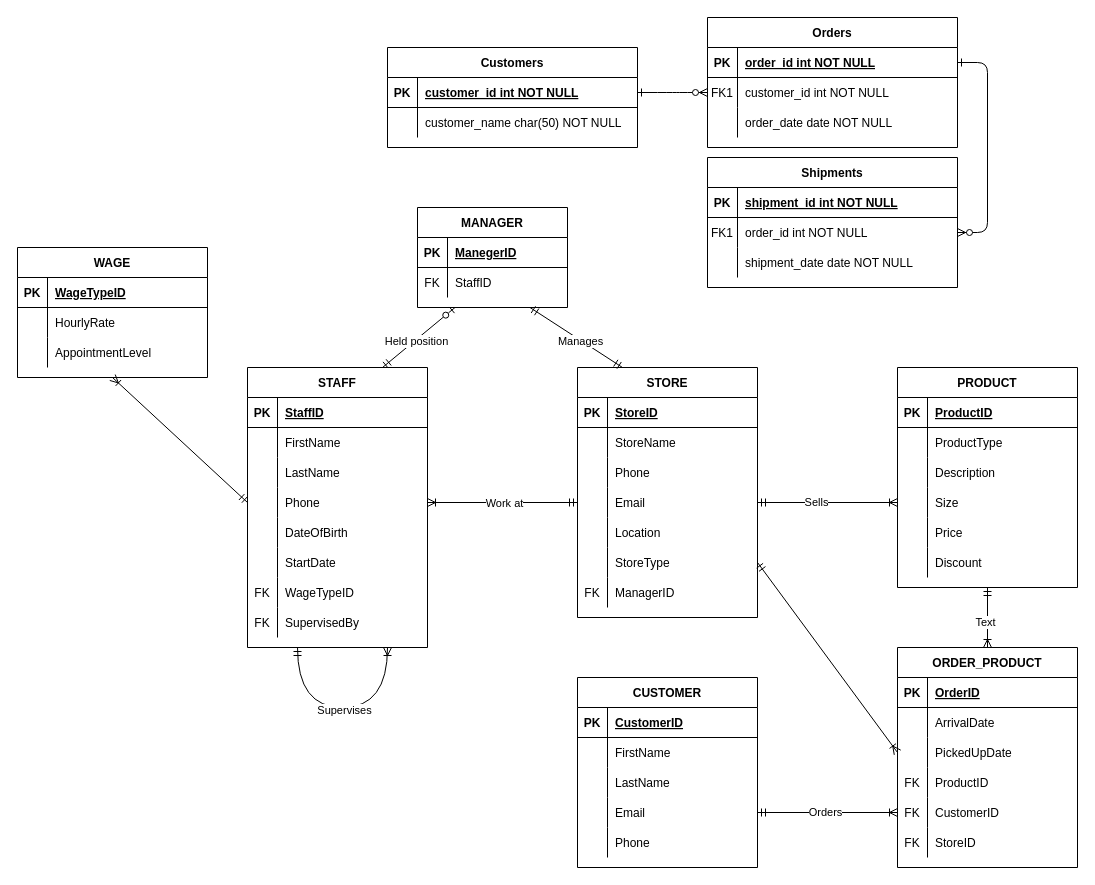
This is FashionERD.drawio from keibee-yod-bst/2814ICT, a draw.io file, before an edit. Source tidied: cells renumbered, new cells numbered last; positions are measured from the earlier drawing's top-left corner, leaving out a move shared by most shapes. Both pictures are drawn from the tidied source at 100%, with x=0, y=0 at pixel (17, 17).
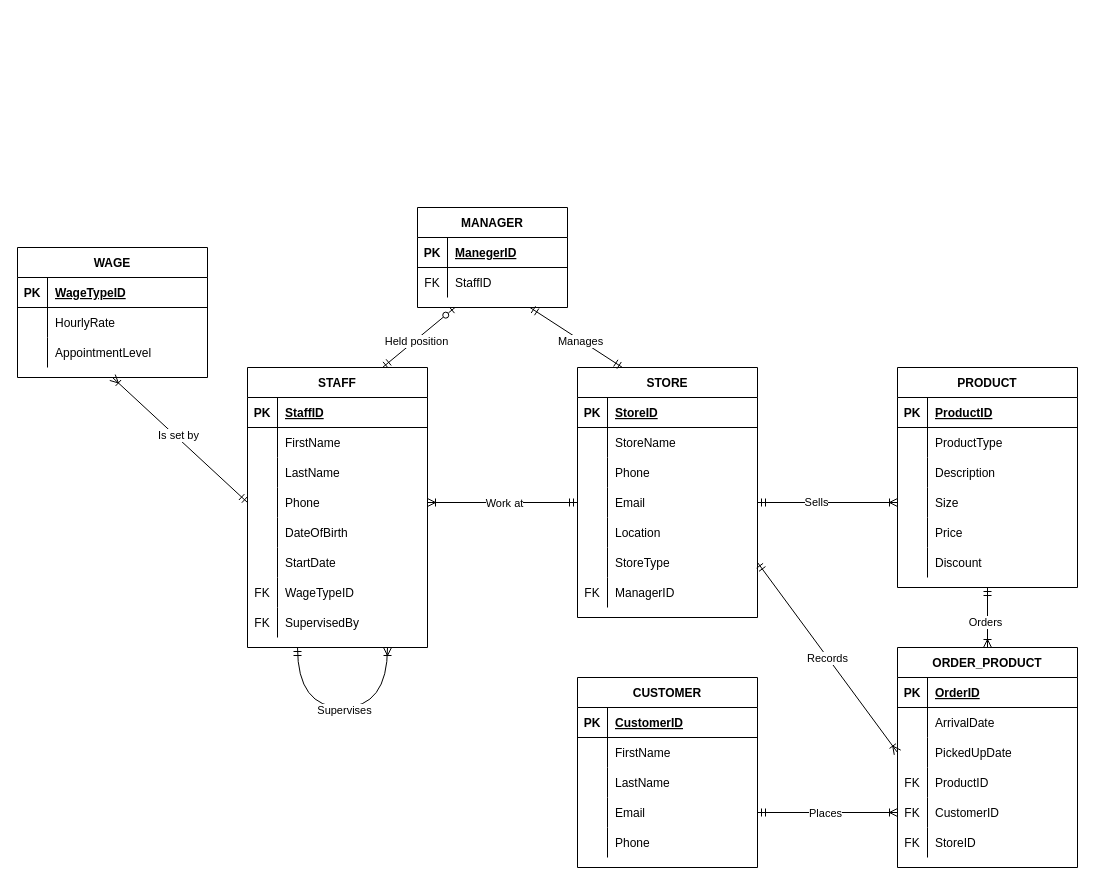
The same diagram, later.

The change refers to these unchanged cells:
```xml
<mxCell id="103" style="endArrow=ERmandOne;html=1;rounded=0;entryX=0;entryY=0.5;entryDx=0;entryDy=0;exitX=0.5;exitY=1;exitDx=0;exitDy=0;startArrow=ERoneToMany;startFill=0;endFill=0;" parent="1" edge="1" source="93" target="63">
  <mxGeometry relative="1" as="geometry" />
</mxCell>
<mxCell id="144" style="endArrow=ERoneToMany;html=1;rounded=0;exitX=1;exitY=0.5;exitDx=0;exitDy=0;entryX=0;entryY=0.5;entryDx=0;entryDy=0;startArrow=ERmandOne;startFill=0;endFill=0;" parent="1" edge="1" source="47" target="132">
  <mxGeometry relative="1" as="geometry" />
</mxCell>
<mxCell id="161" style="endArrow=ERoneToMany;html=1;rounded=0;entryX=0;entryY=0.5;entryDx=0;entryDy=0;exitX=1;exitY=0.5;exitDx=0;exitDy=0;startArrow=ERmandOne;startFill=0;endFill=0;" parent="1" edge="1" source="155" target="138">
  <mxGeometry relative="1" as="geometry" />
</mxCell>
<mxCell id="163" style="endArrow=ERoneToMany;html=1;rounded=0;entryX=0.5;entryY=0;entryDx=0;entryDy=0;exitX=0.5;exitY=1;exitDx=0;exitDy=0;startArrow=ERmandOne;startFill=0;endFill=0;" parent="1" edge="1" source="104" target="125">
  <mxGeometry relative="1" as="geometry" />
</mxCell>
```

Change to the diagram source:
```diff
@@
-    <mxCell id="2" style="edgeStyle=entityRelationEdgeStyle;endArrow=ERzeroToMany;startArrow=ERone;endFill=1;startFill=0;" parent="1" edge="1" source="25" target="8">
-      <mxGeometry relative="1" as="geometry" />
-    </mxCell>
-    <mxCell id="3" style="edgeStyle=entityRelationEdgeStyle;endArrow=ERzeroToMany;startArrow=ERone;endFill=1;startFill=0;" parent="1" edge="1" source="5" target="18">
-      <mxGeometry relative="1" as="geometry" />
-    </mxCell>
-    <mxCell id="4" value="Orders" style="shape=table;startSize=30;childLayout=tableLayout;rowLines=0;fontStyle=1;align=center;" parent="1" vertex="1">
-      <mxGeometry x="690" width="250" height="130" as="geometry" />
-    </mxCell>
-    <mxCell id="5" style="shape=partialRectangle;fillColor=none;points=[[0,0.5],[1,0.5]];portConstraint=eastwest;top=0;left=0;right=0;bottom=1;" parent="4" vertex="1">
-      <mxGeometry y="30" width="250" height="30" as="geometry" />
-    </mxCell>
-    <mxCell id="6" value="PK" style="shape=partialRectangle;overflow=hidden;fillColor=none;top=0;left=0;bottom=0;right=0;fontStyle=1;" parent="5" vertex="1">
-      <mxGeometry width="30" height="30" as="geometry" />
-    </mxCell>
-    <mxCell id="7" value="order_id int NOT NULL " style="shape=partialRectangle;overflow=hidden;fillColor=none;top=0;left=0;bottom=0;right=0;align=left;spacingLeft=6;fontStyle=5;" parent="5" vertex="1">
-      <mxGeometry x="30" width="220" height="30" as="geometry" />
-    </mxCell>
-    <mxCell id="8" style="shape=partialRectangle;fillColor=none;points=[[0,0.5],[1,0.5]];portConstraint=eastwest;top=0;left=0;right=0;bottom=0;" parent="4" vertex="1">
-      <mxGeometry y="60" width="250" height="30" as="geometry" />
-    </mxCell>
-    <mxCell id="9" value="FK1" style="shape=partialRectangle;overflow=hidden;fillColor=none;top=0;left=0;bottom=0;right=0;" parent="8" vertex="1">
-      <mxGeometry width="30" height="30" as="geometry" />
-    </mxCell>
-    <mxCell id="10" value="customer_id int NOT NULL" style="shape=partialRectangle;overflow=hidden;fillColor=none;top=0;left=0;bottom=0;right=0;align=left;spacingLeft=6;" parent="8" vertex="1">
-      <mxGeometry x="30" width="220" height="30" as="geometry" />
-    </mxCell>
-    <mxCell id="11" style="shape=partialRectangle;fillColor=none;top=0;left=0;right=0;bottom=0;" parent="4" vertex="1">
-      <mxGeometry y="90" width="250" height="30" as="geometry" />
-    </mxCell>
-    <mxCell id="12" style="shape=partialRectangle;overflow=hidden;fillColor=none;top=0;left=0;bottom=0;right=0;" parent="11" vertex="1">
-      <mxGeometry width="30" height="30" as="geometry" />
-    </mxCell>
-    <mxCell id="13" value="order_date date NOT NULL" style="shape=partialRectangle;overflow=hidden;fillColor=none;top=0;left=0;bottom=0;right=0;align=left;spacingLeft=6;" parent="11" vertex="1">
-      <mxGeometry x="30" width="220" height="30" as="geometry" />
-    </mxCell>
-    <mxCell id="14" value="Shipments" style="shape=table;startSize=30;childLayout=tableLayout;rowLines=0;fontStyle=1;align=center;" parent="1" vertex="1">
-      <mxGeometry x="690" y="140" width="250" height="130" as="geometry" />
-    </mxCell>
-    <mxCell id="15" style="shape=partialRectangle;fillColor=none;top=0;left=0;right=0;bottom=1;" parent="14" vertex="1">
-      <mxGeometry y="30" width="250" height="30" as="geometry" />
-    </mxCell>
-    <mxCell id="16" value="PK" style="shape=partialRectangle;overflow=hidden;fillColor=none;top=0;left=0;bottom=0;right=0;fontStyle=1;" parent="15" vertex="1">
-      <mxGeometry width="30" height="30" as="geometry" />
-    </mxCell>
-    <mxCell id="17" value="shipment_id int NOT NULL " style="shape=partialRectangle;overflow=hidden;fillColor=none;top=0;left=0;bottom=0;right=0;align=left;spacingLeft=6;fontStyle=5;" parent="15" vertex="1">
-      <mxGeometry x="30" width="220" height="30" as="geometry" />
-    </mxCell>
-    <mxCell id="18" style="shape=partialRectangle;fillColor=none;points=[[0,0.5],[1,0.5]];portConstraint=eastwest;top=0;left=0;right=0;bottom=0;" parent="14" vertex="1">
-      <mxGeometry y="60" width="250" height="30" as="geometry" />
-    </mxCell>
-    <mxCell id="19" value="FK1" style="shape=partialRectangle;overflow=hidden;fillColor=none;top=0;left=0;bottom=0;right=0;" parent="18" vertex="1">
-      <mxGeometry width="30" height="30" as="geometry" />
-    </mxCell>
-    <mxCell id="20" value="order_id int NOT NULL" style="shape=partialRectangle;overflow=hidden;fillColor=none;top=0;left=0;bottom=0;right=0;align=left;spacingLeft=6;" parent="18" vertex="1">
-      <mxGeometry x="30" width="220" height="30" as="geometry" />
-    </mxCell>
-    <mxCell id="21" style="shape=partialRectangle;fillColor=none;top=0;left=0;right=0;bottom=0;" parent="14" vertex="1">
-      <mxGeometry y="90" width="250" height="30" as="geometry" />
-    </mxCell>
-    <mxCell id="22" style="shape=partialRectangle;overflow=hidden;fillColor=none;top=0;left=0;bottom=0;right=0;" parent="21" vertex="1">
-      <mxGeometry width="30" height="30" as="geometry" />
-    </mxCell>
-    <mxCell id="23" value="shipment_date date NOT NULL" style="shape=partialRectangle;overflow=hidden;fillColor=none;top=0;left=0;bottom=0;right=0;align=left;spacingLeft=6;" parent="21" vertex="1">
-      <mxGeometry x="30" width="220" height="30" as="geometry" />
-    </mxCell>
-    <mxCell id="24" value="Customers" style="shape=table;startSize=30;childLayout=tableLayout;rowLines=0;fontStyle=1;align=center;" parent="1" vertex="1">
-      <mxGeometry x="370" y="30" width="250" height="100" as="geometry" />
-    </mxCell>
-    <mxCell id="25" style="shape=partialRectangle;fillColor=none;points=[[0,0.5],[1,0.5]];portConstraint=eastwest;top=0;left=0;right=0;bottom=1;" parent="24" vertex="1">
-      <mxGeometry y="30" width="250" height="30" as="geometry" />
-    </mxCell>
-    <mxCell id="26" value="PK" style="shape=partialRectangle;overflow=hidden;fillColor=none;top=0;left=0;bottom=0;right=0;fontStyle=1;" parent="25" vertex="1">
-      <mxGeometry width="30" height="30" as="geometry" />
-    </mxCell>
-    <mxCell id="27" value="customer_id int NOT NULL " style="shape=partialRectangle;overflow=hidden;fillColor=none;top=0;left=0;bottom=0;right=0;align=left;spacingLeft=6;fontStyle=5;" parent="25" vertex="1">
-      <mxGeometry x="30" width="220" height="30" as="geometry" />
-    </mxCell>
-    <mxCell id="28" style="shape=partialRectangle;fillColor=none;top=0;left=0;right=0;bottom=0;" parent="24" vertex="1">
-      <mxGeometry y="60" width="250" height="30" as="geometry" />
-    </mxCell>
-    <mxCell id="29" style="shape=partialRectangle;overflow=hidden;fillColor=none;top=0;left=0;bottom=0;right=0;" parent="28" vertex="1">
-      <mxGeometry width="30" height="30" as="geometry" />
-    </mxCell>
-    <mxCell id="30" value="customer_name char(50) NOT NULL" style="shape=partialRectangle;overflow=hidden;fillColor=none;top=0;left=0;bottom=0;right=0;align=left;spacingLeft=6;" parent="28" vertex="1">
-      <mxGeometry x="30" width="220" height="30" as="geometry" />
-    </mxCell>
@@
+    <mxCell id="165" value="Is set by" style="edgeLabel;html=1;align=center;verticalAlign=middle;" parent="103" vertex="1">
+      <mxGeometry x="-0.05" y="2" relative="1" as="geometry" />
+    </mxCell>
@@
+    <mxCell id="166" value="Records" style="edgeLabel;html=1;align=center;verticalAlign=middle;" parent="144" vertex="1">
+      <mxGeometry x="-0.01" relative="1" as="geometry">
+        <mxPoint y="1" as="offset" />
+      </mxGeometry>
+    </mxCell>
@@
-    <mxCell id="162" value="Orders" style="edgeLabel;html=1;align=center;verticalAlign=middle;" parent="161" vertex="1">
-      <mxGeometry x="-0.04" y="1" relative="1" as="geometry" />
+    <mxCell id="162" value="Places" style="edgeLabel;html=1;align=center;verticalAlign=middle;" parent="161" vertex="1">
+      <mxGeometry x="-0.04" y="1" relative="1" as="geometry">
+        <mxPoint y="1" as="offset" />
+      </mxGeometry>
     </mxCell>
@@
-    <mxCell id="164" value="Text" style="edgeLabel;html=1;align=center;verticalAlign=middle;" parent="163" vertex="1">
+    <mxCell id="164" value="Orders" style="edgeLabel;html=1;align=center;verticalAlign=middle;" parent="163" vertex="1">
       <mxGeometry x="0.13" y="-3" relative="1" as="geometry" />
     </mxCell>
```
